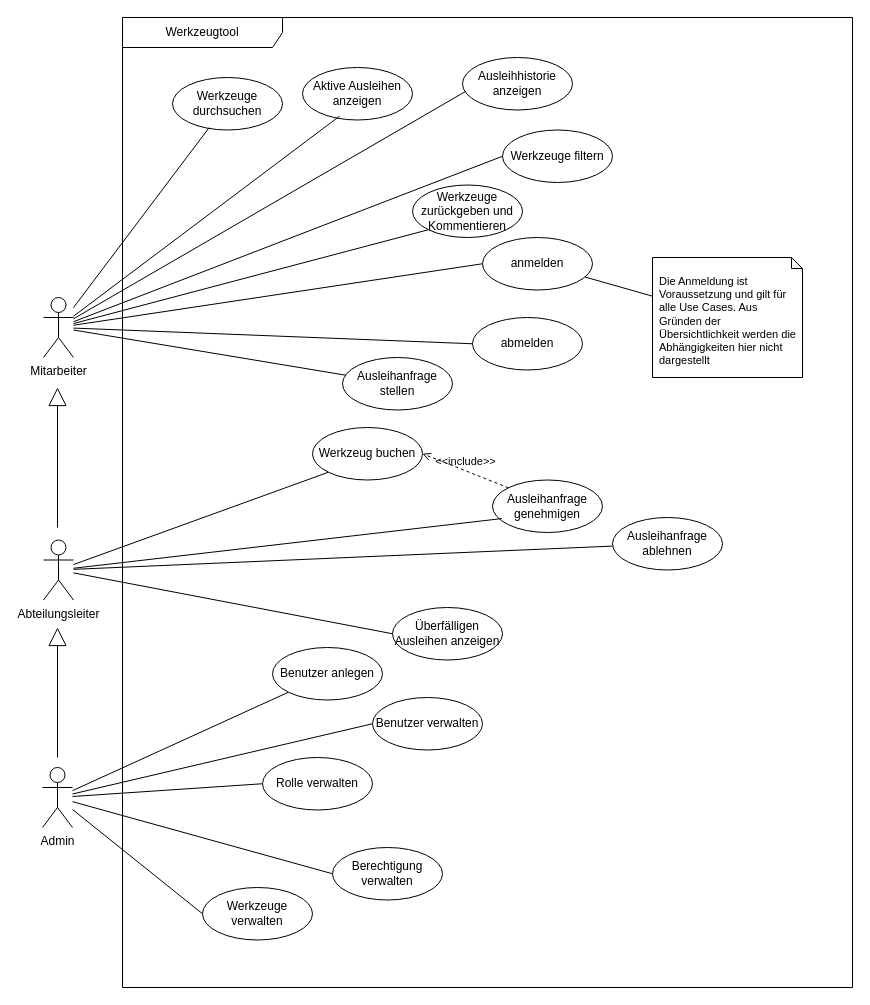
Earlier version of the draw.io diagram uml/UseCasediagramm/UseCaseDiagramm.drawio (mailapg/Werkzeugsverwaltungstool). Source tidied: cells renumbered, new cells numbered last; positions are measured from the earlier drawing's top-left corner, leaving out a move shared by most shapes. Both pictures are drawn from the tidied source at 100%, with x=0, y=0 at pixel (42, 17).
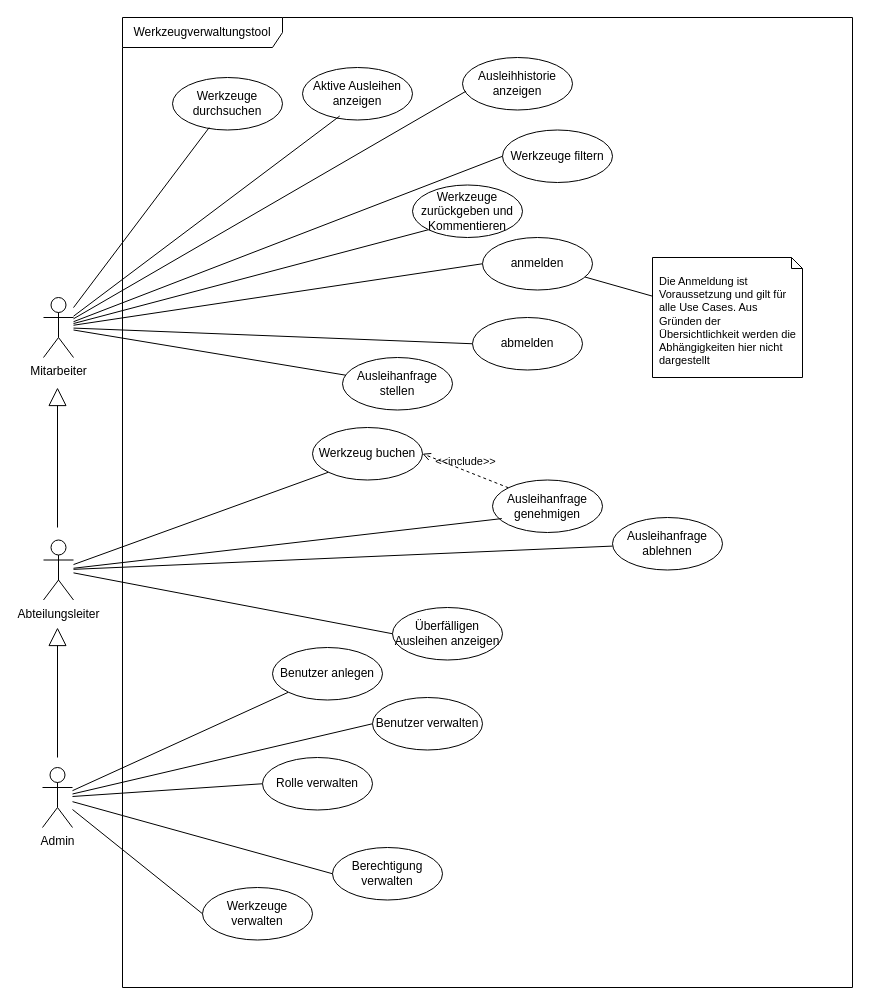
The same page after the edit.

Commit message (it also covers changes not shown here):
uml: rename the system boundary label in the use case diagram

Change to the diagram source:
```diff
@@
-    <mxCell id="2" value="Werkzeugtool" style="shape=umlFrame;whiteSpace=wrap;html=1;width=160;" parent="1" vertex="1">
+    <mxCell id="2" value="Werkzeugverwaltungstool" style="shape=umlFrame;whiteSpace=wrap;html=1;width=160;" parent="1" vertex="1">
       <mxGeometry x="80" width="730" height="970" as="geometry" />
     </mxCell>
```
